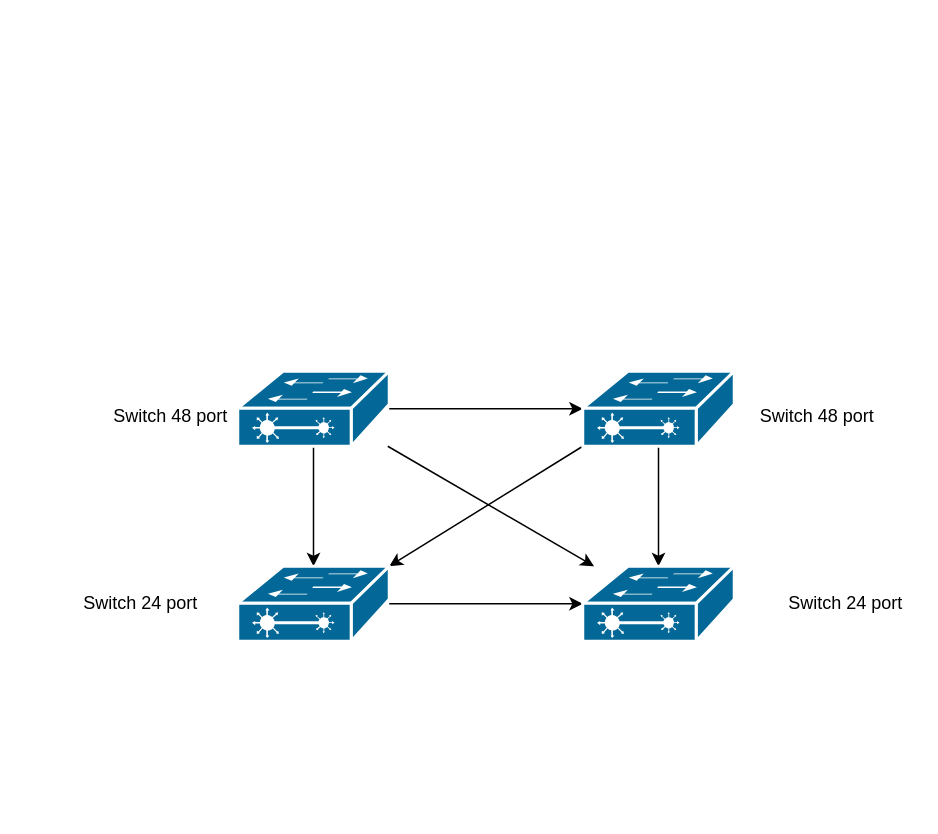
bienit/bienit keeps this draw.io diagram as Untitled Diagram.drawio. Above is the earlier version. Source tidied: cells renumbered, new cells numbered last; positions are measured from the earlier drawing's top-left corner, leaving out a move shared by most shapes. Both pictures are drawn from the tidied source at 150%, with x=0, y=0 at pixel (72, 370).
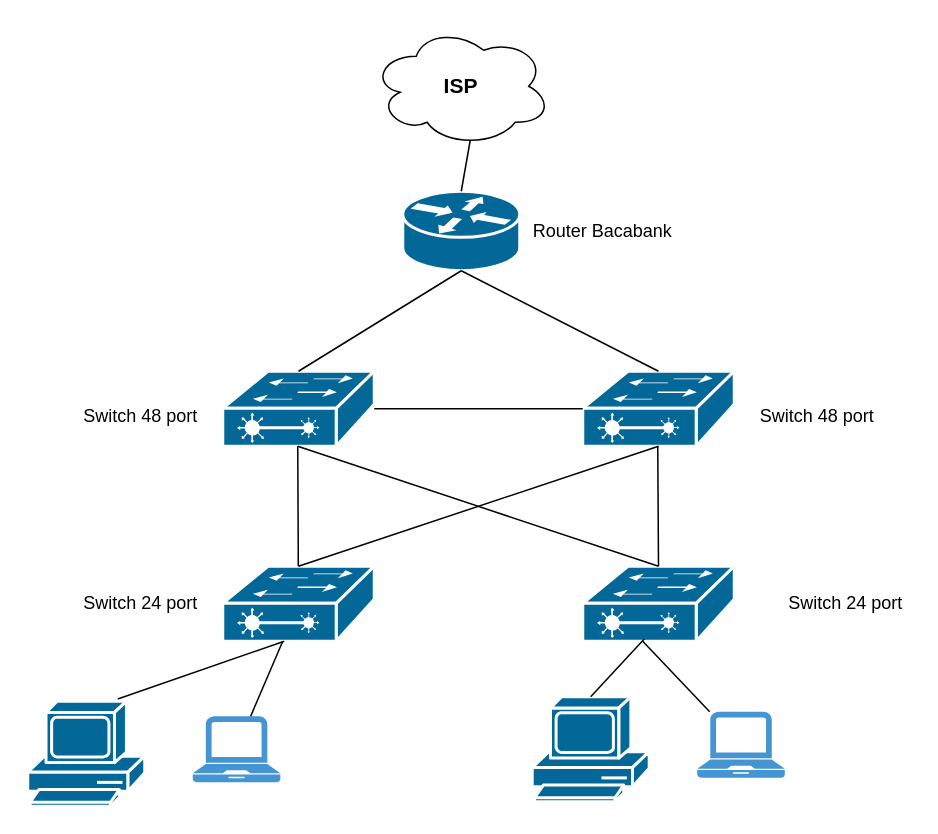
After the change.

Unchanged cells that the change refers to:
```xml
<mxCell id="8" style="shape=mxgraph.cisco.switches.layer_2_remote_switch;sketch=0;html=1;dashed=0;fillColor=#036897;strokeColor=#ffffff;strokeWidth=2;verticalLabelPosition=bottom;verticalAlign=top;align=center;outlineConnect=0;" parent="1" vertex="1">
  <mxGeometry x="340" width="101" height="50" as="geometry" />
</mxCell>
<mxCell id="11" style="shape=mxgraph.cisco.switches.layer_2_remote_switch;sketch=0;html=1;dashed=0;fillColor=#036897;strokeColor=#ffffff;strokeWidth=2;verticalLabelPosition=bottom;verticalAlign=top;align=center;outlineConnect=0;" parent="1" vertex="1">
  <mxGeometry x="340" y="130" width="101" height="50" as="geometry" />
</mxCell>
```

Diff of the diagram source:
```diff
@@
-    <mxCell id="2" style="edgeStyle=orthogonalEdgeStyle;rounded=0;jettySize=auto;html=1;exitX=1;exitY=0.5;exitDx=0;exitDy=0;exitPerimeter=0;entryX=0;entryY=0.5;entryDx=0;entryDy=0;entryPerimeter=0;elbow=vertical;" parent="1" edge="1" source="5" target="8">
-      <mxGeometry relative="1" as="geometry" />
-    </mxCell>
-    <mxCell id="3" style="rounded=0;jettySize=auto;html=1;exitX=0.5;exitY=1;exitDx=0;exitDy=0;exitPerimeter=0;entryX=0.5;entryY=0;entryDx=0;entryDy=0;entryPerimeter=0;elbow=vertical;" parent="1" edge="1" source="5" target="10">
-      <mxGeometry relative="1" as="geometry" />
-    </mxCell>
-    <mxCell id="4" style="edgeStyle=none;rounded=0;jettySize=auto;html=1;elbow=vertical;" parent="1" edge="1" target="11">
-      <mxGeometry relative="1" as="geometry">
-        <mxPoint x="210" y="50" as="sourcePoint" />
-      </mxGeometry>
-    </mxCell>
     <mxCell id="5" style="shape=mxgraph.cisco.switches.layer_2_remote_switch;sketch=0;html=1;dashed=0;fillColor=#036897;strokeColor=#ffffff;strokeWidth=2;verticalLabelPosition=bottom;verticalAlign=top;align=center;outlineConnect=0;" parent="1" vertex="1">
-      <mxGeometry x="110" width="101" height="50" as="geometry" />
+      <mxGeometry x="100" width="101" height="50" as="geometry" />
     </mxCell>
-    <mxCell id="6" style="edgeStyle=orthogonalEdgeStyle;rounded=0;jettySize=auto;html=1;exitX=0.5;exitY=1;exitDx=0;exitDy=0;exitPerimeter=0;elbow=vertical;" parent="1" edge="1" source="8" target="11">
-      <mxGeometry relative="1" as="geometry" />
-    </mxCell>
-    <mxCell id="7" style="edgeStyle=none;rounded=0;jettySize=auto;html=1;exitX=0;exitY=1;exitDx=0;exitDy=0;exitPerimeter=0;entryX=1;entryY=0;entryDx=0;entryDy=0;entryPerimeter=0;elbow=vertical;" parent="1" edge="1" source="8" target="10">
-      <mxGeometry relative="1" as="geometry" />
-    </mxCell>
@@
-    <mxCell id="9" style="edgeStyle=orthogonalEdgeStyle;rounded=0;jettySize=auto;html=1;exitX=1;exitY=0.5;exitDx=0;exitDy=0;exitPerimeter=0;elbow=vertical;" parent="1" edge="1" source="10" target="11">
-      <mxGeometry relative="1" as="geometry" />
-    </mxCell>
     <mxCell id="10" style="shape=mxgraph.cisco.switches.layer_2_remote_switch;sketch=0;html=1;dashed=0;fillColor=#036897;strokeColor=#ffffff;strokeWidth=2;verticalLabelPosition=bottom;verticalAlign=top;align=center;outlineConnect=0;" parent="1" vertex="1">
-      <mxGeometry x="110" y="130" width="101" height="50" as="geometry" />
+      <mxGeometry x="100" y="130" width="101" height="50" as="geometry" />
     </mxCell>
@@
     <mxCell id="12" value="Switch 48 port&lt;br&gt;" style="text;html=1;align=center;verticalAlign=middle;fillColor=none;strokeColor=none;rounded=0;" parent="1" vertex="1">
-      <mxGeometry x="20" y="20" width="90" height="20" as="geometry" />
+      <mxGeometry y="20" width="90" height="20" as="geometry" />
     </mxCell>
@@
+    <mxCell id="16" style="endArrow=none;html=1;rounded=0;elbow=vertical;exitX=0.5;exitY=0;exitDx=0;exitDy=0;exitPerimeter=0;entryX=0.5;entryY=1;entryDx=0;entryDy=0;entryPerimeter=0;" parent="1" edge="1" source="10" target="8">
+      <mxGeometry relative="1" as="geometry" />
+    </mxCell>
+    <mxCell id="17" style="endArrow=none;html=1;rounded=0;elbow=vertical;exitX=0.5;exitY=0;exitDx=0;exitDy=0;exitPerimeter=0;" parent="1" edge="1" source="11">
+      <mxGeometry relative="1" as="geometry">
+        <mxPoint x="150" y="50" as="targetPoint" />
+      </mxGeometry>
+    </mxCell>
+    <mxCell id="18" style="endArrow=none;html=1;rounded=0;elbow=vertical;" parent="1" edge="1" source="10">
+      <mxGeometry relative="1" as="geometry">
+        <mxPoint x="150" y="50" as="targetPoint" />
+      </mxGeometry>
+    </mxCell>
+    <mxCell id="19" style="endArrow=none;html=1;rounded=0;elbow=vertical;exitX=0.5;exitY=0;exitDx=0;exitDy=0;exitPerimeter=0;" parent="1" edge="1" source="11">
+      <mxGeometry relative="1" as="geometry">
+        <mxPoint x="390" y="50" as="targetPoint" />
+      </mxGeometry>
+    </mxCell>
+    <mxCell id="2" style="endArrow=none;html=1;rounded=0;elbow=vertical;entryX=0;entryY=0.5;entryDx=0;entryDy=0;entryPerimeter=0;exitX=1;exitY=0.5;exitDx=0;exitDy=0;exitPerimeter=0;" parent="1" edge="1" source="5" target="8">
+      <mxGeometry relative="1" as="geometry" />
+    </mxCell>
+    <mxCell id="20" style="shape=mxgraph.cisco.routers.router;sketch=0;html=1;dashed=0;fillColor=#036897;strokeColor=#ffffff;strokeWidth=2;verticalLabelPosition=bottom;verticalAlign=top;align=center;outlineConnect=0;" parent="1" vertex="1">
+      <mxGeometry x="220" y="-120" width="78" height="53" as="geometry" />
+    </mxCell>
+    <mxCell id="21" style="endArrow=none;html=1;rounded=0;elbow=vertical;exitX=0.5;exitY=0;exitDx=0;exitDy=0;exitPerimeter=0;entryX=0.5;entryY=1;entryDx=0;entryDy=0;entryPerimeter=0;" parent="1" edge="1" source="5" target="20">
+      <mxGeometry relative="1" as="geometry" />
+    </mxCell>
+    <mxCell id="22" style="endArrow=none;html=1;rounded=0;elbow=vertical;entryX=0.5;entryY=0;entryDx=0;entryDy=0;entryPerimeter=0;exitX=0.5;exitY=1;exitDx=0;exitDy=0;exitPerimeter=0;" parent="1" edge="1" source="20" target="8">
+      <mxGeometry relative="1" as="geometry" />
+    </mxCell>
+    <mxCell id="23" style="endArrow=none;html=1;rounded=0;elbow=vertical;exitX=0.5;exitY=0;exitDx=0;exitDy=0;exitPerimeter=0;entryX=0.55;entryY=0.95;entryDx=0;entryDy=0;entryPerimeter=0;" parent="1" edge="1" source="20" target="25">
+      <mxGeometry relative="1" as="geometry" />
+    </mxCell>
+    <mxCell id="24" style="endArrow=none;html=1;rounded=0;elbow=vertical;" parent="1" edge="1">
+      <mxGeometry relative="1" as="geometry">
+        <mxPoint x="30" y="218.5" as="sourcePoint" />
+        <mxPoint x="141" y="180" as="targetPoint" />
+      </mxGeometry>
+    </mxCell>
+    <mxCell id="25" value="&lt;b&gt;&lt;font style=&quot;font-size: 14px&quot;&gt;ISP&lt;/font&gt;&lt;/b&gt;" style="ellipse;shape=cloud;whiteSpace=wrap;html=1;" parent="1" vertex="1">
+      <mxGeometry x="199" y="-230" width="120" height="80" as="geometry" />
+    </mxCell>
+    <mxCell id="26" value="Router Bacabank" style="text;html=1;align=center;verticalAlign=middle;fillColor=none;strokeColor=none;rounded=0;" parent="1" vertex="1">
+      <mxGeometry x="298" y="-103.5" width="110" height="20" as="geometry" />
+    </mxCell>
+    <mxCell id="27" style="shape=mxgraph.cisco.computers_and_peripherals.pc;sketch=0;html=1;dashed=0;fillColor=#036897;strokeColor=#ffffff;strokeWidth=2;verticalLabelPosition=bottom;verticalAlign=top;align=center;" parent="1" vertex="1">
+      <mxGeometry x="-30" y="220" width="78" height="70" as="geometry" />
+    </mxCell>
+    <mxCell id="28" style="shadow=0;dashed=0;html=1;strokeColor=none;fillColor=#4495D1;labelPosition=center;verticalLabelPosition=bottom;verticalAlign=top;align=center;outlineConnect=0;shape=mxgraph.veeam.laptop;" parent="1" vertex="1">
+      <mxGeometry x="80" y="230" width="58.4" height="44" as="geometry" />
+    </mxCell>
+    <mxCell id="29" style="endArrow=none;html=1;rounded=0;elbow=vertical;" parent="1" edge="1" source="28">
+      <mxGeometry relative="1" as="geometry">
+        <mxPoint x="140" y="180" as="targetPoint" />
+      </mxGeometry>
+    </mxCell>
+    <mxCell id="30" style="shape=mxgraph.cisco.computers_and_peripherals.pc;sketch=0;html=1;dashed=0;fillColor=#036897;strokeColor=#ffffff;strokeWidth=2;verticalLabelPosition=bottom;verticalAlign=top;align=center;outlineConnect=0;" parent="1" vertex="1">
+      <mxGeometry x="306.3" y="217" width="78" height="70" as="geometry" />
+    </mxCell>
+    <mxCell id="31" style="shadow=0;dashed=0;html=1;strokeColor=none;fillColor=#4495D1;labelPosition=center;verticalLabelPosition=bottom;verticalAlign=top;align=center;outlineConnect=0;shape=mxgraph.veeam.laptop;" parent="1" vertex="1">
+      <mxGeometry x="416.3" y="227" width="58.4" height="44" as="geometry" />
+    </mxCell>
+    <mxCell id="32" style="endArrow=none;html=1;rounded=0;elbow=vertical;exitX=0.5;exitY=0;exitDx=0;exitDy=0;exitPerimeter=0;" parent="1" edge="1" source="30">
+      <mxGeometry relative="1" as="geometry">
+        <mxPoint x="381" y="178.5" as="targetPoint" />
+      </mxGeometry>
+    </mxCell>
+    <mxCell id="33" style="endArrow=none;html=1;rounded=0;elbow=vertical;" parent="1" edge="1" source="31">
+      <mxGeometry relative="1" as="geometry">
+        <mxPoint x="380" y="180" as="targetPoint" />
+      </mxGeometry>
+    </mxCell>
```
